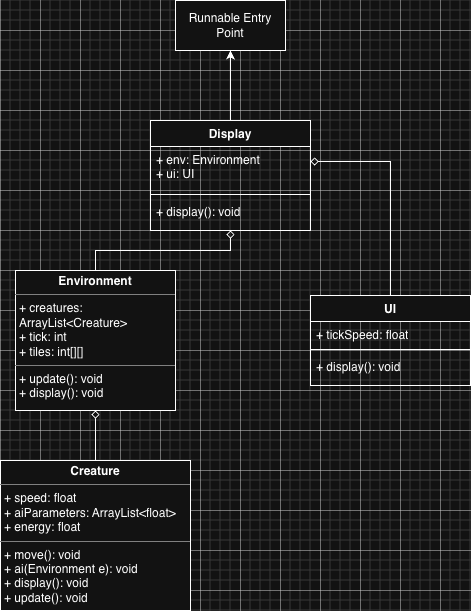
Above: images/UML.png in Jonwu25/AdvProgrammingIndvProject (draw.io), before the change. Source tidied: cells renumbered, new cells last; positions are measured from the earlier drawing's top-left corner, leaving out a move shared by most shapes.
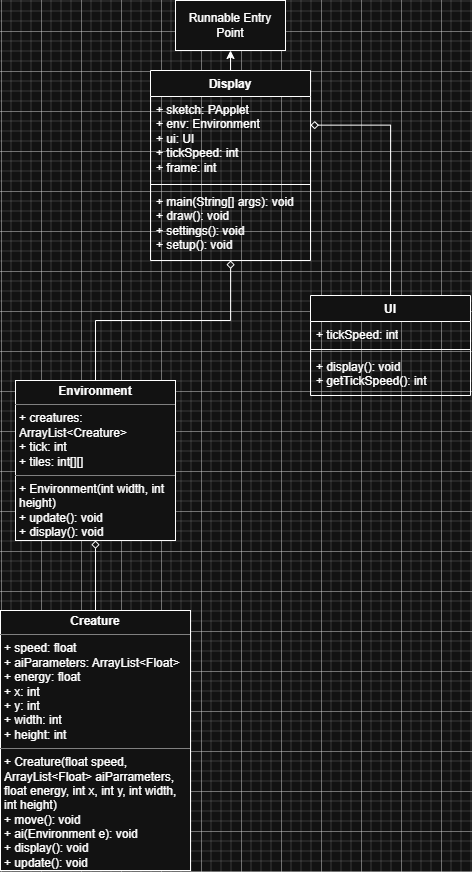
The same diagram one commit later.

The edit, as a diff of the source:
```diff
@@ -8,38 +8,38 @@
     <mxCell id="3" style="edgeStyle=orthogonalEdgeStyle;rounded=0;jettySize=auto;html=1;exitX=0.5;exitY=0;exitDx=0;exitDy=0;endArrow=diamond;endFill=0;" parent="1" edge="1" source="4" target="7">
       <mxGeometry relative="1" as="geometry" />
     </mxCell>
-    <mxCell id="4" value="&lt;p style=&quot;margin:0px;margin-top:4px;text-align:center;&quot;&gt;&lt;b&gt;Environment&lt;/b&gt;&lt;/p&gt;&lt;hr size=&quot;1&quot; style=&quot;border-style:solid;&quot;&gt;&lt;p style=&quot;margin:0px;margin-left:4px;&quot;&gt;+ creatures: ArrayList&amp;lt;Creature&amp;gt;&lt;/p&gt;&lt;p style=&quot;margin:0px;margin-left:4px;&quot;&gt;+ tick: int&lt;/p&gt;&lt;p style=&quot;margin:0px;margin-left:4px;&quot;&gt;+ tiles: int[][]&lt;/p&gt;&lt;hr size=&quot;1&quot; style=&quot;border-style:solid;&quot;&gt;&lt;p style=&quot;margin:0px;margin-left:4px;&quot;&gt;+ update(): void&lt;/p&gt;&lt;p style=&quot;margin:0px;margin-left:4px;&quot;&gt;+ display(): void&lt;/p&gt;" style="verticalAlign=top;align=left;overflow=fill;html=1;whiteSpace=wrap;" parent="1" vertex="1">
-      <mxGeometry x="15" y="270" width="160" height="140" as="geometry" />
+    <mxCell id="4" value="&lt;p style=&quot;margin:0px;margin-top:4px;text-align:center;&quot;&gt;&lt;b&gt;Environment&lt;/b&gt;&lt;/p&gt;&lt;hr size=&quot;1&quot; style=&quot;border-style:solid;&quot;&gt;&lt;p style=&quot;margin:0px;margin-left:4px;&quot;&gt;+ creatures: ArrayList&amp;lt;Creature&amp;gt;&lt;/p&gt;&lt;p style=&quot;margin:0px;margin-left:4px;&quot;&gt;+ tick: int&lt;/p&gt;&lt;p style=&quot;margin:0px;margin-left:4px;&quot;&gt;+ tiles: int[][]&lt;/p&gt;&lt;hr size=&quot;1&quot; style=&quot;border-style:solid;&quot;&gt;&lt;p style=&quot;margin:0px;margin-left:4px;&quot;&gt;+ Environment(int width, int height)&lt;/p&gt;&lt;p style=&quot;margin:0px;margin-left:4px;&quot;&gt;+ update(): void&lt;/p&gt;&lt;p style=&quot;margin:0px;margin-left:4px;&quot;&gt;+ display(): void&lt;/p&gt;" style="verticalAlign=top;align=left;overflow=fill;html=1;whiteSpace=wrap;" parent="1" vertex="1">
+      <mxGeometry x="15" y="380" width="160" height="160" as="geometry" />
     </mxCell>
     <mxCell id="5" style="edgeStyle=orthogonalEdgeStyle;rounded=0;jettySize=auto;html=1;exitX=0.5;exitY=0;exitDx=0;exitDy=0;endArrow=diamond;endFill=0;" parent="1" edge="1" source="6" target="4">
       <mxGeometry relative="1" as="geometry" />
     </mxCell>
-    <mxCell id="6" value="&lt;p style=&quot;margin:0px;margin-top:4px;text-align:center;&quot;&gt;&lt;b&gt;Creature&lt;/b&gt;&lt;/p&gt;&lt;hr size=&quot;1&quot; style=&quot;border-style:solid;&quot;&gt;&lt;p style=&quot;margin:0px;margin-left:4px;&quot;&gt;+ speed: float&lt;/p&gt;&lt;p style=&quot;margin:0px;margin-left:4px;&quot;&gt;+ aiParameters: ArrayList&amp;lt;float&amp;gt;&lt;/p&gt;&lt;p style=&quot;margin:0px;margin-left:4px;&quot;&gt;+ energy: float&lt;/p&gt;&lt;hr size=&quot;1&quot; style=&quot;border-style:solid;&quot;&gt;&lt;p style=&quot;margin:0px;margin-left:4px;&quot;&gt;+ move(): void&lt;/p&gt;&lt;p style=&quot;margin:0px;margin-left:4px;&quot;&gt;+ ai(Environment e): void&lt;/p&gt;&lt;p style=&quot;margin:0px;margin-left:4px;&quot;&gt;+ display(): void&lt;br&gt;+ update(): void&lt;/p&gt;" style="verticalAlign=top;align=left;overflow=fill;html=1;whiteSpace=wrap;" parent="1" vertex="1">
-      <mxGeometry y="460" width="190" height="150" as="geometry" />
+    <mxCell id="6" value="&lt;p style=&quot;margin:0px;margin-top:4px;text-align:center;&quot;&gt;&lt;b&gt;Creature&lt;/b&gt;&lt;/p&gt;&lt;hr size=&quot;1&quot; style=&quot;border-style:solid;&quot;&gt;&lt;p style=&quot;margin:0px;margin-left:4px;&quot;&gt;+ speed: float&lt;/p&gt;&lt;p style=&quot;margin:0px;margin-left:4px;&quot;&gt;+ aiParameters: ArrayList&amp;lt;Float&amp;gt;&lt;/p&gt;&lt;p style=&quot;margin:0px;margin-left:4px;&quot;&gt;+ energy: float&lt;/p&gt;&lt;p style=&quot;margin:0px;margin-left:4px;&quot;&gt;+ x: int&lt;/p&gt;&lt;p style=&quot;margin:0px;margin-left:4px;&quot;&gt;+ y: int&lt;/p&gt;&lt;p style=&quot;margin:0px;margin-left:4px;&quot;&gt;+ width: int&lt;/p&gt;&lt;p style=&quot;margin:0px;margin-left:4px;&quot;&gt;+ height: int&lt;/p&gt;&lt;hr size=&quot;1&quot; style=&quot;border-style:solid;&quot;&gt;&lt;p style=&quot;margin:0px;margin-left:4px;&quot;&gt;+ Creature(float speed, ArrayList&amp;lt;Float&amp;gt; aiParrameters, float energy, int x, int y, int width, int height)&lt;/p&gt;&lt;p style=&quot;margin:0px;margin-left:4px;&quot;&gt;+ move(): void&lt;/p&gt;&lt;p style=&quot;margin:0px;margin-left:4px;&quot;&gt;+ ai(Environment e): void&lt;/p&gt;&lt;p style=&quot;margin:0px;margin-left:4px;&quot;&gt;+ display(): void&lt;br&gt;+ update(): void&lt;/p&gt;" style="verticalAlign=top;align=left;overflow=fill;html=1;whiteSpace=wrap;" parent="1" vertex="1">
+      <mxGeometry y="610" width="190" height="260" as="geometry" />
     </mxCell>
     <mxCell id="7" value="Display" style="swimlane;fontStyle=1;align=center;verticalAlign=top;horizontal=1;startSize=26;whiteSpace=wrap;html=1;" parent="1" vertex="1">
-      <mxGeometry x="150" y="120" width="160" height="110" as="geometry" />
+      <mxGeometry x="150" y="70" width="160" height="190" as="geometry" />
     </mxCell>
-    <mxCell id="8" value="+ env: Environment&lt;div&gt;+ ui: UI&lt;/div&gt;" style="text;strokeColor=none;fillColor=none;align=left;verticalAlign=top;spacingLeft=4;spacingRight=4;overflow=hidden;points=[[0,0.5],[1,0.5]];portConstraint=eastwest;whiteSpace=wrap;html=1;" parent="7" vertex="1">
-      <mxGeometry y="26" width="160" height="44" as="geometry" />
+    <mxCell id="8" value="&lt;div&gt;+ sketch: PApplet&lt;/div&gt;+ env: Environment&lt;div&gt;+ ui: UI&lt;/div&gt;&lt;div&gt;+ tickSpeed: int&lt;/div&gt;&lt;div&gt;+ frame: int&lt;/div&gt;" style="text;strokeColor=none;fillColor=none;align=left;verticalAlign=top;spacingLeft=4;spacingRight=4;overflow=hidden;points=[[0,0.5],[1,0.5]];portConstraint=eastwest;whiteSpace=wrap;html=1;" parent="7" vertex="1">
+      <mxGeometry y="26" width="160" height="84" as="geometry" />
     </mxCell>
     <mxCell id="9" style="line;strokeWidth=1;fillColor=none;align=left;verticalAlign=middle;spacingTop=-1;spacingLeft=3;spacingRight=3;labelPosition=right;strokeColor=inherit;" parent="7" vertex="1">
-      <mxGeometry y="70" width="160" height="8" as="geometry" />
+      <mxGeometry y="110" width="160" height="8" as="geometry" />
     </mxCell>
-    <mxCell id="10" value="+ display(): void" style="text;strokeColor=none;fillColor=none;align=left;verticalAlign=top;spacingLeft=4;spacingRight=4;overflow=hidden;whiteSpace=wrap;html=1;" parent="7" vertex="1">
-      <mxGeometry y="78" width="160" height="32" as="geometry" />
+    <mxCell id="10" value="&lt;div&gt;+ main(String[] args): void&lt;/div&gt;&lt;div&gt;+ draw(): void&lt;/div&gt;+ settings(): void&lt;div&gt;+ setup(): void&lt;/div&gt;" style="text;strokeColor=none;fillColor=none;align=left;verticalAlign=top;spacingLeft=4;spacingRight=4;overflow=hidden;whiteSpace=wrap;html=1;" parent="7" vertex="1">
+      <mxGeometry y="118" width="160" height="72" as="geometry" />
     </mxCell>
     <mxCell id="11" value="UI" style="swimlane;fontStyle=1;align=center;verticalAlign=top;horizontal=1;startSize=26;whiteSpace=wrap;html=1;" parent="1" vertex="1">
-      <mxGeometry x="310" y="295" width="160" height="90" as="geometry" />
+      <mxGeometry x="310" y="295" width="160" height="100" as="geometry" />
     </mxCell>
-    <mxCell id="12" value="+ tickSpeed: float" style="text;strokeColor=none;fillColor=none;align=left;verticalAlign=top;spacingLeft=4;spacingRight=4;overflow=hidden;whiteSpace=wrap;html=1;" parent="11" vertex="1">
+    <mxCell id="12" value="+ tickSpeed: int" style="text;strokeColor=none;fillColor=none;align=left;verticalAlign=top;spacingLeft=4;spacingRight=4;overflow=hidden;whiteSpace=wrap;html=1;" parent="11" vertex="1">
       <mxGeometry y="26" width="160" height="24" as="geometry" />
     </mxCell>
     <mxCell id="13" style="line;strokeWidth=1;fillColor=none;align=left;verticalAlign=middle;spacingTop=-1;spacingLeft=3;spacingRight=3;labelPosition=right;strokeColor=inherit;" parent="11" vertex="1">
       <mxGeometry y="50" width="160" height="8" as="geometry" />
     </mxCell>
-    <mxCell id="14" value="+ display(): void" style="text;strokeColor=none;fillColor=none;align=left;verticalAlign=top;spacingLeft=4;spacingRight=4;overflow=hidden;whiteSpace=wrap;html=1;" parent="11" vertex="1">
-      <mxGeometry y="58" width="160" height="32" as="geometry" />
+    <mxCell id="14" value="+ display(): void&lt;div&gt;+ getTickSpeed(): int&lt;/div&gt;" style="text;strokeColor=none;fillColor=none;align=left;verticalAlign=top;spacingLeft=4;spacingRight=4;overflow=hidden;whiteSpace=wrap;html=1;" parent="11" vertex="1">
+      <mxGeometry y="58" width="160" height="42" as="geometry" />
     </mxCell>
     <mxCell id="15" style="edgeStyle=orthogonalEdgeStyle;rounded=0;jettySize=auto;html=1;exitX=0.5;exitY=0;exitDx=0;exitDy=0;endArrow=diamond;endFill=0;entryX=1;entryY=0.341;entryDx=0;entryDy=0;entryPerimeter=0;" parent="1" edge="1" source="11" target="8">
       <mxGeometry relative="1" as="geometry" />
```
